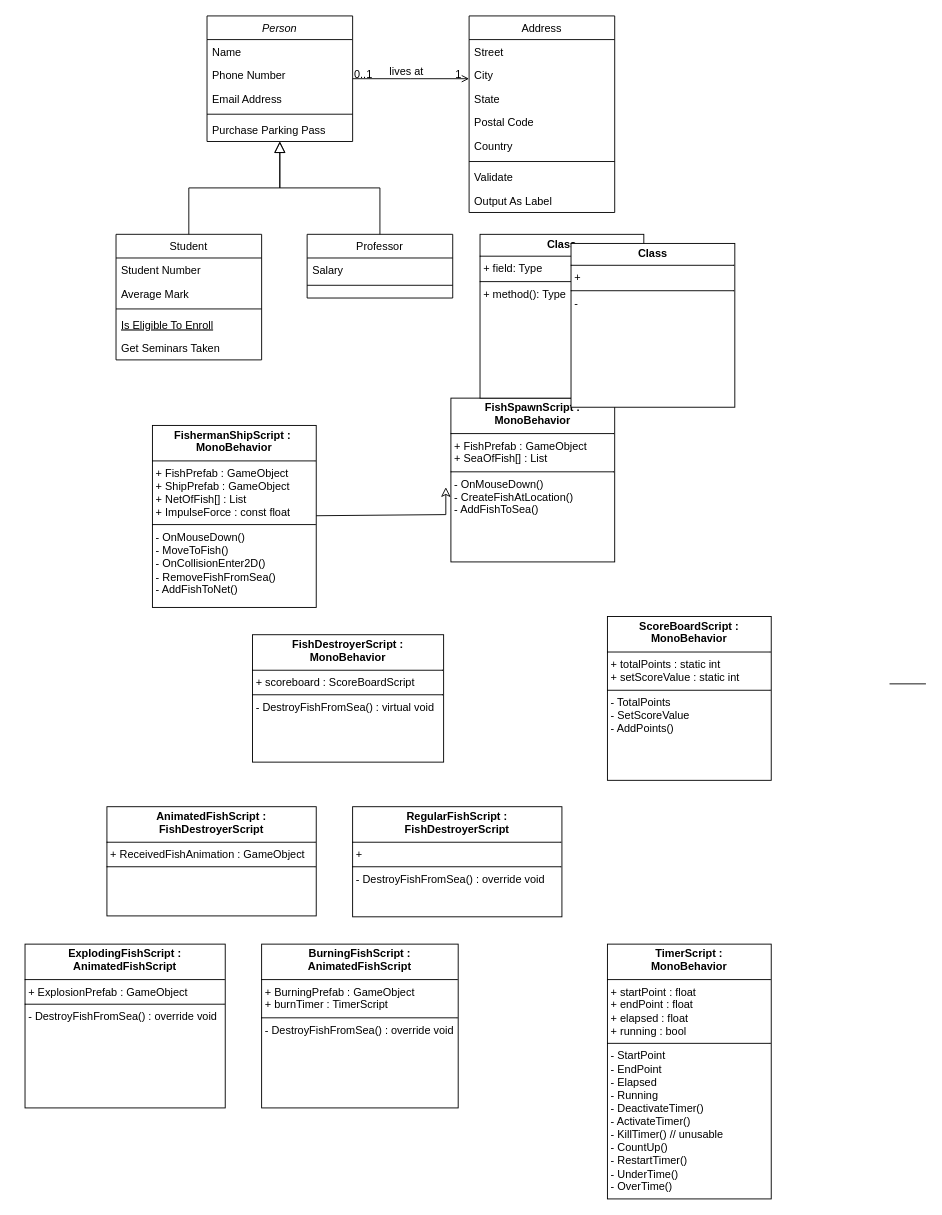
Before: page "Page-1" (1 of 2) of FishCollectorDiagram.drawio in ayamonta/Diagrams, a draw.io diagram. Source tidied: cells renumbered, new cells numbered last; positions are measured from the earlier drawing's top-left corner, leaving out a move shared by most shapes. Both pictures are drawn from the tidied source at 91%, with x=0, y=0 at pixel (25, 15).
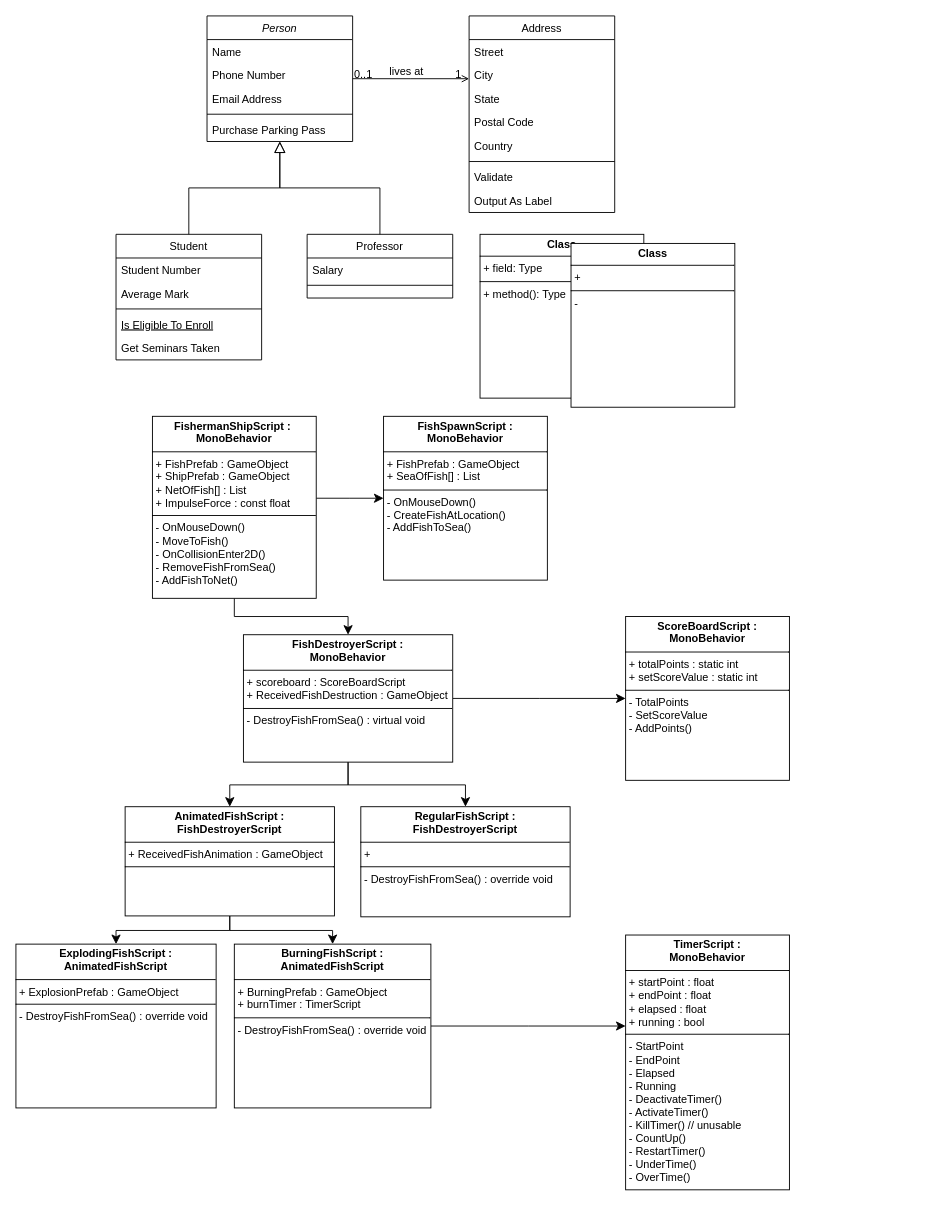
After the change.

Commit message:
connected scripts in FishCollectorDiagram.drawio

What changed in the source:
```diff
@@
+    <mxCell id="45" style="edgeStyle=elbowEdgeStyle;rounded=0;jettySize=auto;elbow=vertical;html=1;strokeColor=default;align=center;verticalAlign=middle;fontFamily=Helvetica;fontSize=12;fontColor=default;labelBackgroundColor=default;startSize=8;endArrow=classic;endSize=8;" parent="1" edge="1" source="32" target="33">
+      <mxGeometry relative="1" as="geometry" />
+    </mxCell>
+    <mxCell id="46" style="edgeStyle=elbowEdgeStyle;rounded=0;jettySize=auto;elbow=vertical;html=1;strokeColor=default;align=center;verticalAlign=middle;fontFamily=Helvetica;fontSize=12;fontColor=default;labelBackgroundColor=default;startSize=8;endArrow=classic;endSize=8;" parent="1" edge="1" source="32" target="34">
+      <mxGeometry relative="1" as="geometry" />
+    </mxCell>
     <mxCell id="32" value="&lt;p style=&quot;margin:0px;margin-top:4px;text-align:center;&quot;&gt;&lt;b&gt;FishermanShipScript :&amp;nbsp;&lt;br&gt;&lt;/b&gt;&lt;b style=&quot;background-color: initial;&quot;&gt;MonoBehavior&lt;/b&gt;&lt;/p&gt;&lt;hr size=&quot;1&quot; style=&quot;border-style:solid;&quot;&gt;&lt;p style=&quot;margin:0px;margin-left:4px;&quot;&gt;&lt;span style=&quot;background-color: initial;&quot;&gt;+ FishPrefab : GameObject&lt;/span&gt;&lt;/p&gt;&lt;p style=&quot;margin:0px;margin-left:4px;&quot;&gt;&lt;span style=&quot;background-color: initial;&quot;&gt;+ ShipPrefab : GameObject&lt;/span&gt;&lt;/p&gt;&lt;p style=&quot;margin:0px;margin-left:4px;&quot;&gt;+ NetOfFish[] : List&lt;/p&gt;&lt;p style=&quot;margin:0px;margin-left:4px;&quot;&gt;+ ImpulseForce : const float&lt;/p&gt;&lt;hr size=&quot;1&quot; style=&quot;border-style:solid;&quot;&gt;&lt;p style=&quot;margin:0px;margin-left:4px;&quot;&gt;&lt;span style=&quot;background-color: initial;&quot;&gt;- OnMouseDown()&lt;/span&gt;&lt;/p&gt;&lt;p style=&quot;margin:0px;margin-left:4px;&quot;&gt;- MoveToFish()&lt;/p&gt;&lt;p style=&quot;margin:0px;margin-left:4px;&quot;&gt;- OnCollisionEnter2D()&amp;nbsp;&lt;/p&gt;&lt;p style=&quot;margin:0px;margin-left:4px;&quot;&gt;- RemoveFishFromSea()&lt;/p&gt;&lt;p style=&quot;margin:0px;margin-left:4px;&quot;&gt;- AddFishToNet()&lt;/p&gt;" style="verticalAlign=top;align=left;overflow=fill;html=1;whiteSpace=wrap;strokeColor=default;" parent="1" vertex="1">
-      <mxGeometry x="140" y="450" width="180" height="200" as="geometry" />
+      <mxGeometry x="140" y="440" width="180" height="200" as="geometry" />
     </mxCell>
     <mxCell id="33" value="&lt;p style=&quot;margin:0px;margin-top:4px;text-align:center;&quot;&gt;&lt;b&gt;FishSpawnScript :&lt;br&gt;MonoBehavior&lt;/b&gt;&lt;/p&gt;&lt;hr size=&quot;1&quot; style=&quot;border-style:solid;&quot;&gt;&lt;p style=&quot;margin:0px;margin-left:4px;&quot;&gt;&lt;span style=&quot;background-color: initial;&quot;&gt;+ FishPrefab : GameObject&lt;/span&gt;&lt;/p&gt;&lt;p style=&quot;margin:0px;margin-left:4px;&quot;&gt;+ SeaOfFish[] : List&lt;/p&gt;&lt;hr size=&quot;1&quot; style=&quot;border-style:solid;&quot;&gt;&lt;p style=&quot;margin:0px;margin-left:4px;&quot;&gt;&lt;span style=&quot;background-color: initial;&quot;&gt;- OnMouseDown()&lt;/span&gt;&lt;/p&gt;&lt;p style=&quot;margin:0px;margin-left:4px;&quot;&gt;- CreateFishAtLocation()&lt;/p&gt;&lt;p style=&quot;margin:0px;margin-left:4px;&quot;&gt;- AddFishToSea()&lt;/p&gt;" style="verticalAlign=top;align=left;overflow=fill;html=1;whiteSpace=wrap;imageAspect=1;" parent="1" vertex="1">
-      <mxGeometry x="468" y="420" width="180" height="180" as="geometry" />
+      <mxGeometry x="394" y="440" width="180" height="180" as="geometry" />
     </mxCell>
+    <mxCell id="47" style="edgeStyle=elbowEdgeStyle;rounded=0;jettySize=auto;elbow=vertical;html=1;strokeColor=default;align=center;verticalAlign=middle;fontFamily=Helvetica;fontSize=12;fontColor=default;labelBackgroundColor=default;startSize=8;endArrow=classic;endSize=8;" parent="1" edge="1" source="34" target="37">
+      <mxGeometry relative="1" as="geometry" />
+    </mxCell>
+    <mxCell id="48" style="edgeStyle=elbowEdgeStyle;rounded=0;jettySize=auto;elbow=vertical;html=1;strokeColor=default;align=center;verticalAlign=middle;fontFamily=Helvetica;fontSize=12;fontColor=default;labelBackgroundColor=default;startSize=8;endArrow=classic;endSize=8;" parent="1" edge="1" source="34" target="39">
+      <mxGeometry relative="1" as="geometry" />
+    </mxCell>
+    <mxCell id="49" style="edgeStyle=elbowEdgeStyle;rounded=0;jettySize=auto;elbow=vertical;html=1;strokeColor=default;align=center;verticalAlign=middle;fontFamily=Helvetica;fontSize=12;fontColor=default;labelBackgroundColor=default;startSize=8;endArrow=classic;endSize=8;" parent="1" edge="1" source="34" target="38">
+      <mxGeometry relative="1" as="geometry" />
+    </mxCell>
-    <mxCell id="34" value="&lt;p style=&quot;margin:0px;margin-top:4px;text-align:center;&quot;&gt;&lt;b&gt;FishDestroyerScript : &lt;br&gt;MonoBehavior&lt;/b&gt;&lt;/p&gt;&lt;hr size=&quot;1&quot; style=&quot;border-style:solid;&quot;&gt;&lt;p style=&quot;margin:0px;margin-left:4px;&quot;&gt;&lt;span style=&quot;background-color: initial;&quot;&gt;+ scoreboard : ScoreBoardScript&lt;/span&gt;&lt;br&gt;&lt;/p&gt;&lt;hr size=&quot;1&quot; style=&quot;border-style:solid;&quot;&gt;&lt;p style=&quot;margin:0px;margin-left:4px;&quot;&gt;&lt;span style=&quot;background-color: initial;&quot;&gt;- DestroyFishFromSea() : virtual void&lt;/span&gt;&lt;br&gt;&lt;/p&gt;" style="verticalAlign=top;align=left;overflow=fill;html=1;whiteSpace=wrap;" parent="1" vertex="1">
-      <mxGeometry x="250" y="680" width="210" height="140" as="geometry" />
+    <mxCell id="34" value="&lt;p style=&quot;margin:0px;margin-top:4px;text-align:center;&quot;&gt;&lt;b&gt;FishDestroyerScript : &lt;br&gt;MonoBehavior&lt;/b&gt;&lt;/p&gt;&lt;hr size=&quot;1&quot; style=&quot;border-style:solid;&quot;&gt;&lt;p style=&quot;margin:0px;margin-left:4px;&quot;&gt;&lt;span style=&quot;background-color: initial;&quot;&gt;+ scoreboard : ScoreBoardScript&lt;/span&gt;&lt;br&gt;&lt;/p&gt;&lt;p style=&quot;margin:0px;margin-left:4px;&quot;&gt;+ ReceivedFishDestruction : GameObject&lt;/p&gt;&lt;hr size=&quot;1&quot; style=&quot;border-style:solid;&quot;&gt;&lt;p style=&quot;margin:0px;margin-left:4px;&quot;&gt;&lt;span style=&quot;background-color: initial;&quot;&gt;- DestroyFishFromSea() : virtual void&lt;/span&gt;&lt;br&gt;&lt;/p&gt;" style="verticalAlign=top;align=left;overflow=fill;html=1;whiteSpace=wrap;" parent="1" vertex="1">
+      <mxGeometry x="240" y="680" width="230" height="140" as="geometry" />
     </mxCell>
@@
     <mxCell id="37" value="&lt;p style=&quot;margin:0px;margin-top:4px;text-align:center;&quot;&gt;&lt;b&gt;ScoreBoardScript : &lt;br&gt;MonoBehavior&lt;/b&gt;&lt;/p&gt;&lt;hr size=&quot;1&quot; style=&quot;border-style:solid;&quot;&gt;&lt;p style=&quot;margin:0px;margin-left:4px;&quot;&gt;&lt;span style=&quot;background-color: initial;&quot;&gt;+ totalPoints : static int&lt;/span&gt;&lt;br&gt;&lt;/p&gt;&lt;p style=&quot;margin:0px;margin-left:4px;&quot;&gt;+ setScoreValue : static int&lt;/p&gt;&lt;hr size=&quot;1&quot; style=&quot;border-style:solid;&quot;&gt;&lt;p style=&quot;margin:0px;margin-left:4px;&quot;&gt;&lt;span style=&quot;background-color: initial;&quot;&gt;- TotalPoints&lt;/span&gt;&lt;br&gt;&lt;/p&gt;&lt;p style=&quot;margin:0px;margin-left:4px;&quot;&gt;- SetScoreValue&lt;/p&gt;&lt;p style=&quot;margin:0px;margin-left:4px;&quot;&gt;- AddPoints()&amp;nbsp;&lt;/p&gt;" style="verticalAlign=top;align=left;overflow=fill;html=1;whiteSpace=wrap;" parent="1" vertex="1">
-      <mxGeometry x="640" y="660" width="180" height="180" as="geometry" />
+      <mxGeometry x="660" y="660" width="180" height="180" as="geometry" />
     </mxCell>
+    <mxCell id="50" style="edgeStyle=elbowEdgeStyle;rounded=0;jettySize=auto;elbow=vertical;html=1;strokeColor=default;align=center;verticalAlign=middle;fontFamily=Helvetica;fontSize=12;fontColor=default;labelBackgroundColor=default;startSize=8;endArrow=classic;endSize=8;" parent="1" edge="1" source="38" target="41">
+      <mxGeometry relative="1" as="geometry" />
+    </mxCell>
+    <mxCell id="51" style="edgeStyle=elbowEdgeStyle;rounded=0;jettySize=auto;elbow=vertical;html=1;strokeColor=default;align=center;verticalAlign=middle;fontFamily=Helvetica;fontSize=12;fontColor=default;labelBackgroundColor=default;startSize=8;endArrow=classic;endSize=8;" parent="1" edge="1" source="38" target="40">
+      <mxGeometry relative="1" as="geometry" />
+    </mxCell>
     <mxCell id="38" value="&lt;p style=&quot;margin:0px;margin-top:4px;text-align:center;&quot;&gt;&lt;b&gt;AnimatedFishScript : &lt;br&gt;FishDestroyerScript&lt;/b&gt;&lt;/p&gt;&lt;hr size=&quot;1&quot; style=&quot;border-style:solid;&quot;&gt;&lt;p style=&quot;margin:0px;margin-left:4px;&quot;&gt;&lt;span style=&quot;background-color: initial;&quot;&gt;+ ReceivedFishAnimation : GameObject&lt;/span&gt;&lt;br&gt;&lt;/p&gt;&lt;hr size=&quot;1&quot; style=&quot;border-style:solid;&quot;&gt;&lt;p style=&quot;margin:0px;margin-left:4px;&quot;&gt;&lt;br&gt;&lt;/p&gt;" style="verticalAlign=top;align=left;overflow=fill;html=1;whiteSpace=wrap;" parent="1" vertex="1">
-      <mxGeometry x="90" y="869" width="230" height="120" as="geometry" />
+      <mxGeometry x="110" y="869" width="230" height="120" as="geometry" />
     </mxCell>
     <mxCell id="39" value="&lt;p style=&quot;margin:0px;margin-top:4px;text-align:center;&quot;&gt;&lt;b&gt;RegularFishScript : &lt;br&gt;FishDestroyerScript&lt;/b&gt;&lt;/p&gt;&lt;hr size=&quot;1&quot; style=&quot;border-style:solid;&quot;&gt;&lt;p style=&quot;margin:0px;margin-left:4px;&quot;&gt;+&amp;nbsp;&lt;/p&gt;&lt;hr size=&quot;1&quot; style=&quot;border-style:solid;&quot;&gt;&lt;p style=&quot;margin:0px;margin-left:4px;&quot;&gt;- DestroyFishFromSea() : override void&lt;/p&gt;" style="verticalAlign=top;align=left;overflow=fill;html=1;whiteSpace=wrap;" parent="1" vertex="1">
-      <mxGeometry x="360" y="869" width="230" height="121" as="geometry" />
+      <mxGeometry x="369" y="869" width="230" height="121" as="geometry" />
     </mxCell>
     <mxCell id="40" value="&lt;p style=&quot;margin:0px;margin-top:4px;text-align:center;&quot;&gt;&lt;b&gt;ExplodingFishScript : &lt;br&gt;AnimatedFishScript&lt;/b&gt;&lt;/p&gt;&lt;hr size=&quot;1&quot; style=&quot;border-style:solid;&quot;&gt;&lt;p style=&quot;margin:0px;margin-left:4px;&quot;&gt;+ ExplosionPrefab : GameObject&lt;/p&gt;&lt;hr size=&quot;1&quot; style=&quot;border-style:solid;&quot;&gt;&lt;p style=&quot;margin:0px;margin-left:4px;&quot;&gt;- DestroyFishFromSea() : override void&lt;/p&gt;" style="verticalAlign=top;align=left;overflow=fill;html=1;whiteSpace=wrap;" parent="1" vertex="1">
-      <mxGeometry y="1020" width="220" height="180" as="geometry" />
+      <mxGeometry x="-10" y="1020" width="220" height="180" as="geometry" />
     </mxCell>
+    <mxCell id="52" style="edgeStyle=elbowEdgeStyle;rounded=0;jettySize=auto;elbow=vertical;html=1;strokeColor=default;align=center;verticalAlign=middle;fontFamily=Helvetica;fontSize=12;fontColor=default;labelBackgroundColor=default;startSize=8;endArrow=classic;endSize=8;" parent="1" edge="1" source="41" target="42">
+      <mxGeometry relative="1" as="geometry" />
+    </mxCell>
     <mxCell id="41" value="&lt;p style=&quot;margin:0px;margin-top:4px;text-align:center;&quot;&gt;&lt;b&gt;BurningFishScript : &lt;br&gt;AnimatedFishScript&lt;/b&gt;&lt;/p&gt;&lt;hr size=&quot;1&quot; style=&quot;border-style:solid;&quot;&gt;&lt;p style=&quot;margin:0px;margin-left:4px;&quot;&gt;+ BurningPrefab : GameObject&lt;/p&gt;&lt;p style=&quot;margin:0px;margin-left:4px;&quot;&gt;+ burnTimer : TimerScript&lt;/p&gt;&lt;hr size=&quot;1&quot; style=&quot;border-style:solid;&quot;&gt;&lt;p style=&quot;margin:0px;margin-left:4px;&quot;&gt;- DestroyFishFromSea() : override void&lt;/p&gt;" style="verticalAlign=top;align=left;overflow=fill;html=1;whiteSpace=wrap;" parent="1" vertex="1">
-      <mxGeometry x="260" y="1020" width="216" height="180" as="geometry" />
+      <mxGeometry x="230" y="1020" width="216" height="180" as="geometry" />
     </mxCell>
     <mxCell id="42" value="&lt;p style=&quot;margin:0px;margin-top:4px;text-align:center;&quot;&gt;&lt;b&gt;TimerScript : &lt;br&gt;MonoBehavior&lt;/b&gt;&lt;/p&gt;&lt;hr size=&quot;1&quot; style=&quot;border-style:solid;&quot;&gt;&lt;p style=&quot;margin:0px;margin-left:4px;&quot;&gt;+ startPoint : float&lt;/p&gt;&lt;p style=&quot;margin:0px;margin-left:4px;&quot;&gt;+ endPoint : float&lt;/p&gt;&lt;p style=&quot;margin:0px;margin-left:4px;&quot;&gt;+ elapsed : float&lt;/p&gt;&lt;p style=&quot;margin:0px;margin-left:4px;&quot;&gt;+ running : bool&lt;/p&gt;&lt;hr size=&quot;1&quot; style=&quot;border-style:solid;&quot;&gt;&lt;p style=&quot;margin:0px;margin-left:4px;&quot;&gt;- StartPoint&lt;/p&gt;&lt;p style=&quot;margin:0px;margin-left:4px;&quot;&gt;- EndPoint&lt;/p&gt;&lt;p style=&quot;margin:0px;margin-left:4px;&quot;&gt;- Elapsed&lt;/p&gt;&lt;p style=&quot;margin:0px;margin-left:4px;&quot;&gt;- Running&lt;/p&gt;&lt;p style=&quot;margin:0px;margin-left:4px;&quot;&gt;- DeactivateTimer()&lt;/p&gt;&lt;p style=&quot;margin:0px;margin-left:4px;&quot;&gt;- ActivateTimer()&lt;/p&gt;&lt;p style=&quot;margin:0px;margin-left:4px;&quot;&gt;- KillTimer() // unusable&lt;/p&gt;&lt;p style=&quot;margin:0px;margin-left:4px;&quot;&gt;- CountUp()&lt;/p&gt;&lt;p style=&quot;margin:0px;margin-left:4px;&quot;&gt;- RestartTimer()&lt;/p&gt;&lt;p style=&quot;margin:0px;margin-left:4px;&quot;&gt;- UnderTime()&lt;/p&gt;&lt;p style=&quot;margin:0px;margin-left:4px;&quot;&gt;- OverTime()&lt;/p&gt;" style="verticalAlign=top;align=left;overflow=fill;html=1;whiteSpace=wrap;" parent="1" vertex="1">
-      <mxGeometry x="640" y="1020" width="180" height="280" as="geometry" />
+      <mxGeometry x="660" y="1010" width="180" height="280" as="geometry" />
     </mxCell>
-    <mxCell id="43" style="line;strokeWidth=1;fillColor=none;align=left;verticalAlign=middle;spacingTop=-1;spacingLeft=3;spacingRight=3;labelPosition=right;strokeColor=inherit;" parent="1" vertex="1">
-      <mxGeometry x="950" y="730" width="40" height="8" as="geometry" />
-    </mxCell>
@@
-    <mxCell id="45" style="edgeStyle=elbowEdgeStyle;rounded=0;jettySize=auto;elbow=vertical;html=1;entryX=-0.031;entryY=0.544;entryDx=0;entryDy=0;entryPerimeter=0;strokeColor=default;align=center;verticalAlign=middle;fontFamily=Helvetica;fontSize=12;fontColor=default;labelBackgroundColor=default;startSize=8;endArrow=classic;endSize=8;endFill=0;startFill=0;anchorPointDirection=0;orthogonal=0;" parent="1" edge="1" source="32" target="33">
-      <mxGeometry relative="1" as="geometry">
-        <Array as="points">
-          <mxPoint x="410" y="548" />
-        </Array>
-      </mxGeometry>
-    </mxCell>
```
